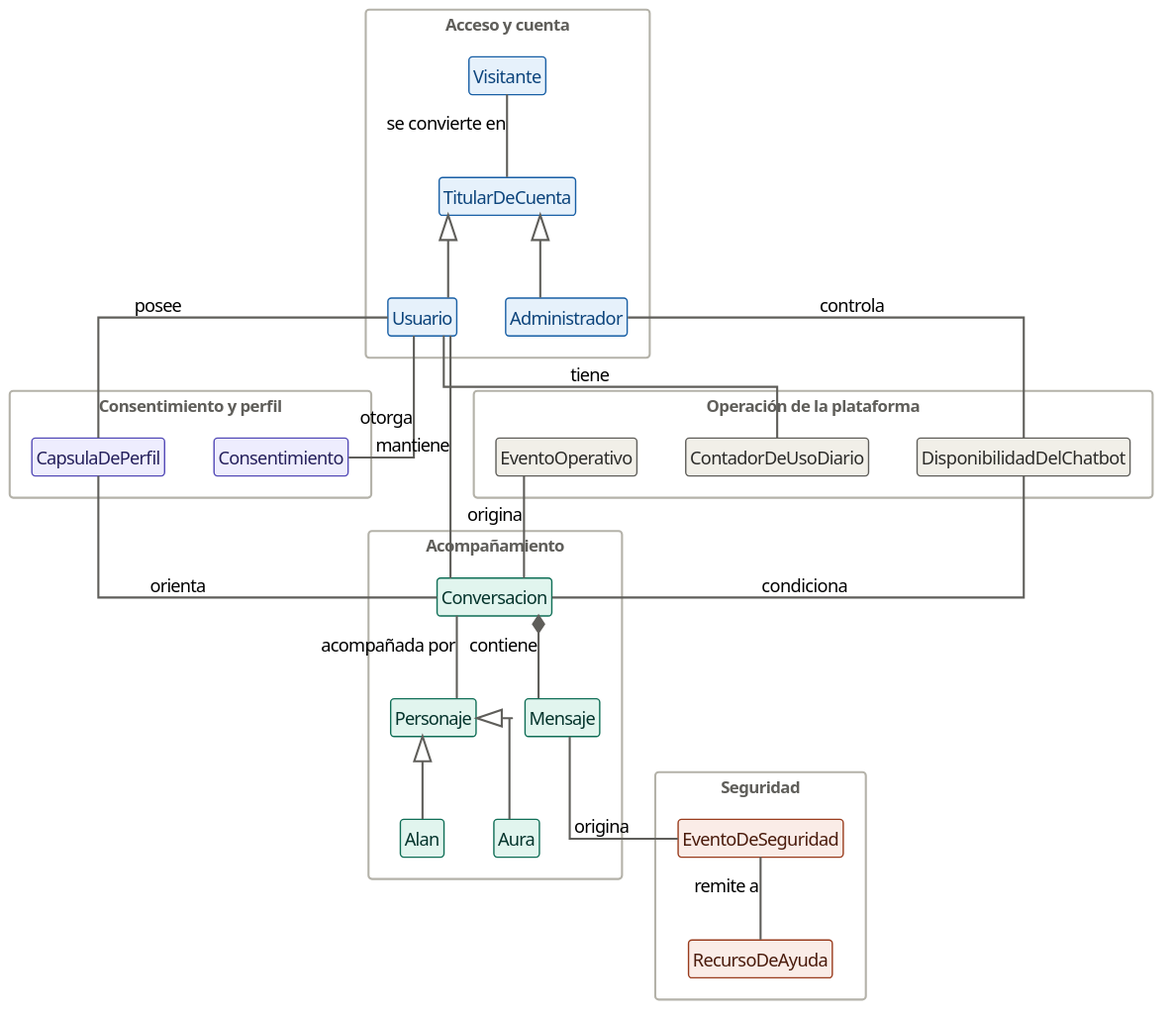
jonatan8254/alan-aura-academico keeps this PlantUML diagram as docs/06_dominio/MD-01_modelo_dominio.svg. Above is the earlier version.
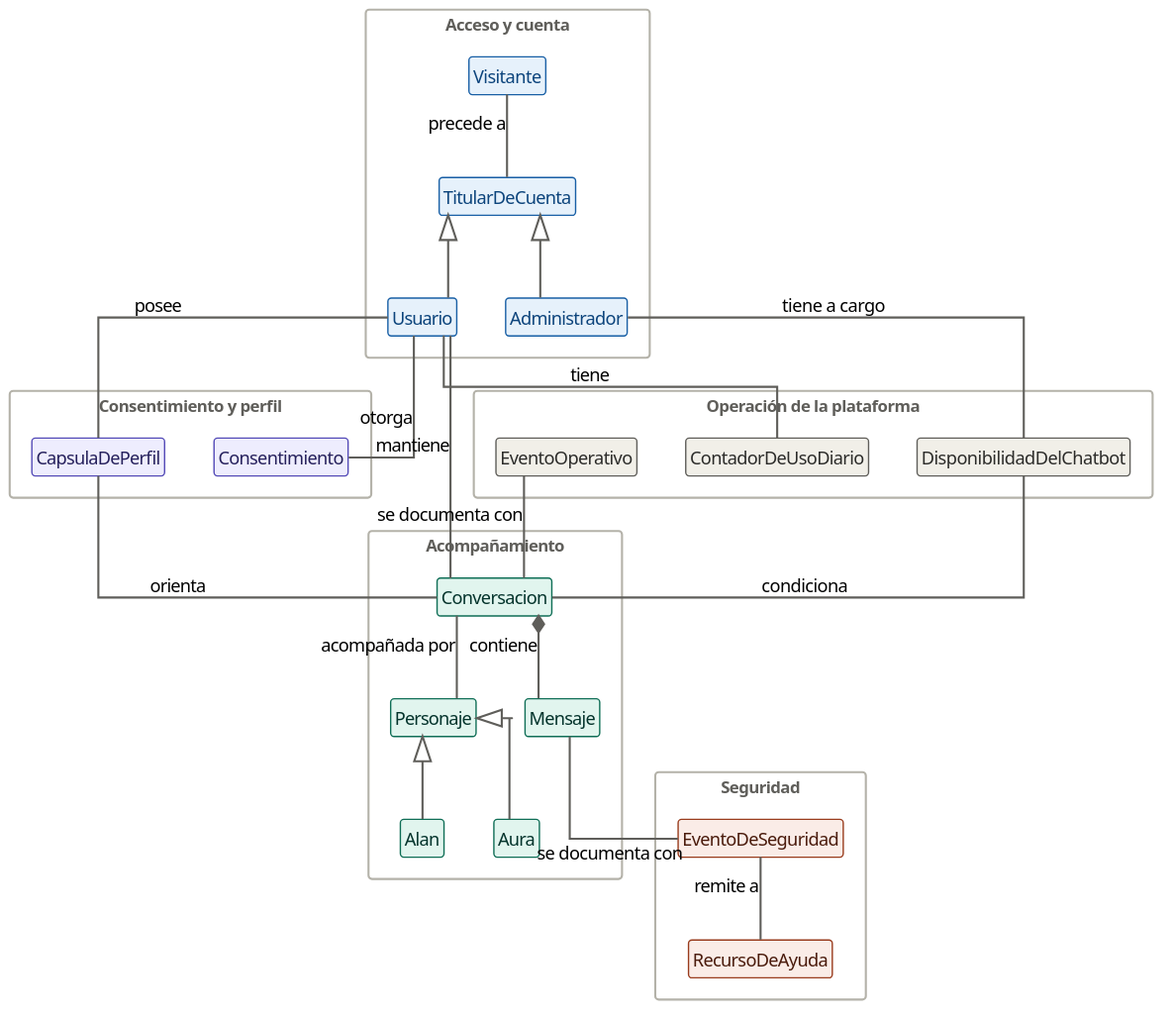
After the commit.

The edit, as a diff of the source:
```diff
@@ -54,7 +54,7 @@
 Personaje <|-- Alan
 Personaje <|-- Aura
 
-Visitante -- TitularDeCuenta : se convierte en
+Visitante -- TitularDeCuenta : precede a
 Usuario -- Consentimiento : otorga
 Usuario -- CapsulaDePerfil : posee
 Usuario -- Conversacion : mantiene
@@ -62,9 +62,9 @@
 CapsulaDePerfil -- Conversacion : orienta
 Conversacion -- Personaje : acompañada por
 Conversacion *-- Mensaje : contiene
-Conversacion -- EventoOperativo : origina
-Mensaje -- EventoDeSeguridad : origina
+Conversacion -- EventoOperativo : se documenta con
+Mensaje -- EventoDeSeguridad : se documenta con
 EventoDeSeguridad -- RecursoDeAyuda : remite a
-Administrador -- DisponibilidadDelChatbot : controla
+Administrador -- DisponibilidadDelChatbot : tiene a cargo
 DisponibilidadDelChatbot -- Conversacion : condiciona
 @enduml
```
